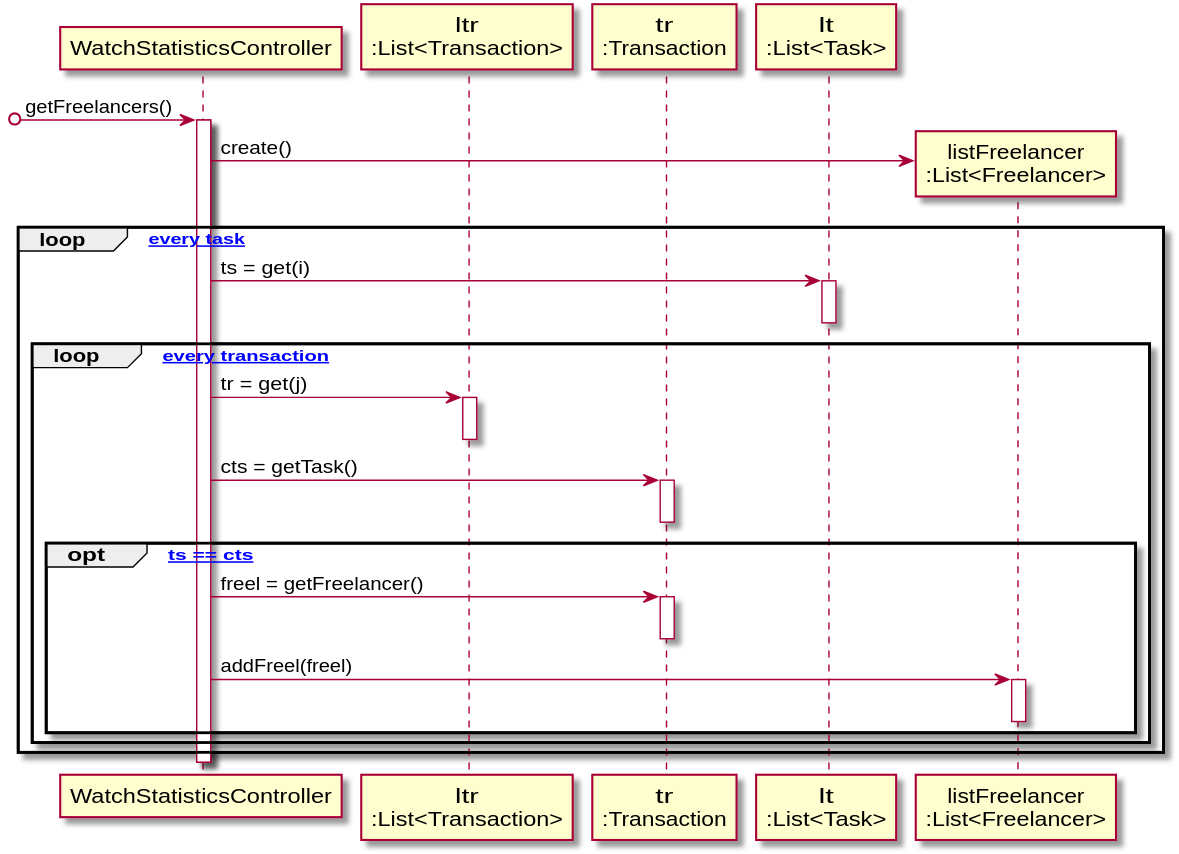
This is docs/UC8 - Check Overall Statistics/UC8_SD_getFreelancer.svg from 1190452/LAPR2, a PlantUML export, as it was before one commit. Its diagram source:
```plantuml
@startuml
participant "WatchStatisticsController" as E


participant "ltr\n:List<Transaction>" as LTR
participant "tr\n:Transaction" as TR
participant "lt\n:List<Task>" as LTS
participant "listFreelancer\n:List<Freelancer>" as LF

[o-> E : getFreelancers()
activate E

E -> LF** : create()

loop [for every task]
E -> LTS : ts = get(i)
activate LTS
deactivate LTS
loop [for every transaction]

E -> LTR : tr = get(j)
activate LTR
deactivate LTR

E -> TR : cts = getTask()
activate TR
deactivate TR


opt [if ts == cts]
E -> TR : freel = getFreelancer()
activate TR
deactivate TR
E -> LF : addFreel(freel)
activate LF
deactivate LF


end opt
end loop
end loop
deactivate E
@enduml
```
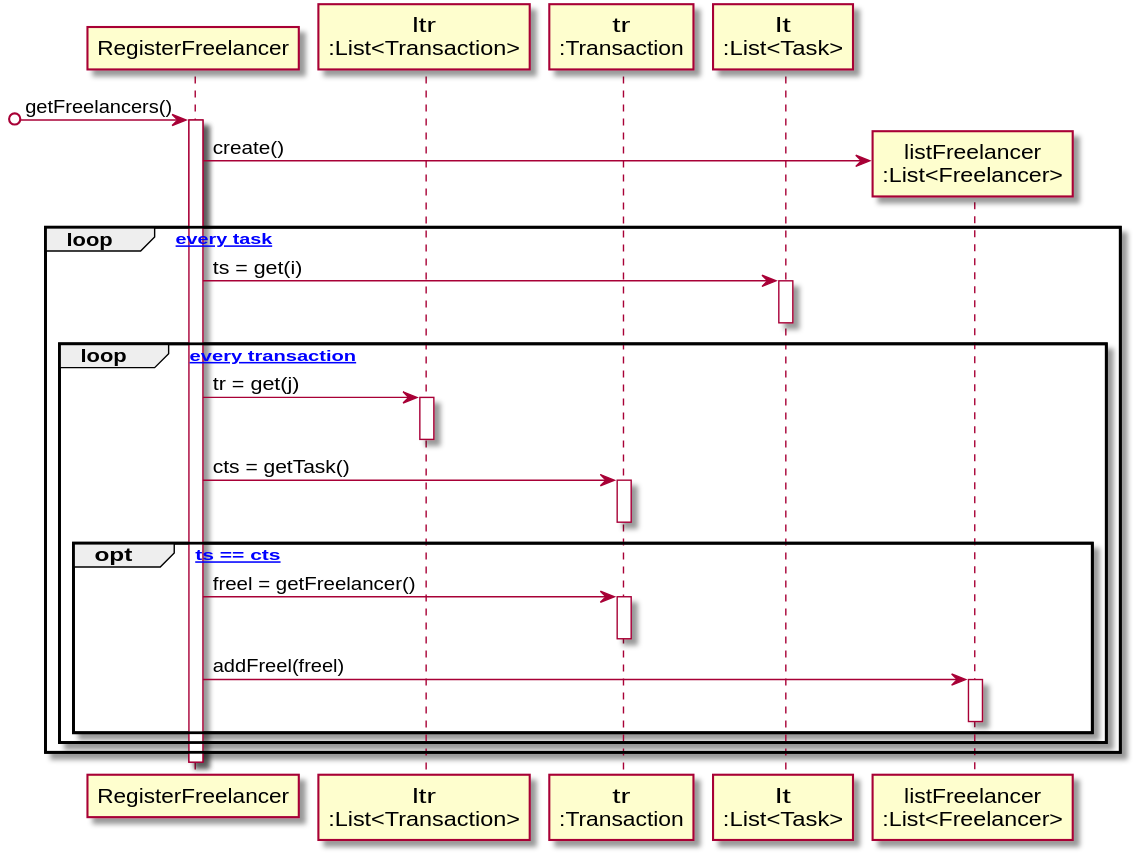
Above is the later version.

Change to the diagram source:
```diff
@@ -1,37 +1,35 @@
 @startuml
-participant "WatchStatisticsController" as E
-
-
+participant "RegisterFreelancer" as FR
 participant "ltr\n:List<Transaction>" as LTR
 participant "tr\n:Transaction" as TR
 participant "lt\n:List<Task>" as LTS
 participant "listFreelancer\n:List<Freelancer>" as LF
 
-[o-> E : getFreelancers()
-activate E
+[o-> FR : getFreelancers()
+activate FR
 
-E -> LF** : create()
+FR -> LF** : create()
 
 loop [for every task]
-E -> LTS : ts = get(i)
+FR -> LTS : ts = get(i)
 activate LTS
 deactivate LTS
 loop [for every transaction]
 
-E -> LTR : tr = get(j)
+FR -> LTR : tr = get(j)
 activate LTR
 deactivate LTR
 
-E -> TR : cts = getTask()
+FR -> TR : cts = getTask()
 activate TR
 deactivate TR
 
 
 opt [if ts == cts]
-E -> TR : freel = getFreelancer()
+FR -> TR : freel = getFreelancer()
 activate TR
 deactivate TR
-E -> LF : addFreel(freel)
+FR -> LF : addFreel(freel)
 activate LF
 deactivate LF
 
@@ -39,5 +37,5 @@
 end opt
 end loop
 end loop
-deactivate E
+deactivate FR
 @enduml
```
